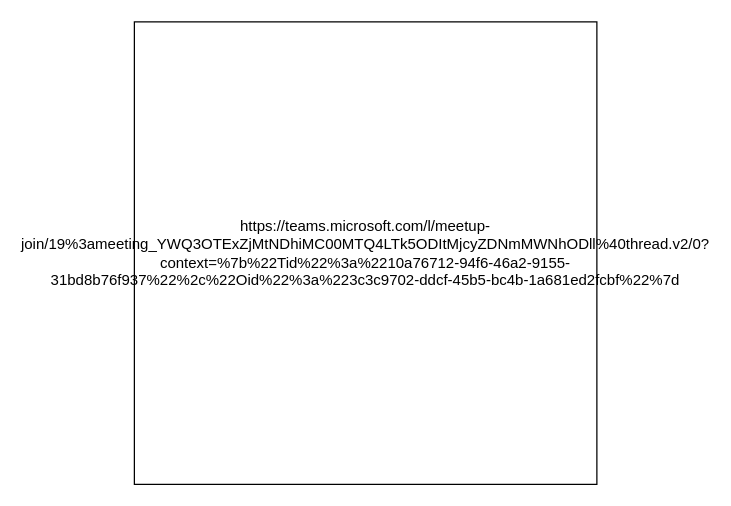
Before: Diagrama sin título.drawio in rgil93/Prueba, a draw.io diagram. Source tidied: cells renumbered, new cells numbered last; positions are measured from the earlier drawing's top-left corner, leaving out a move shared by most shapes. Both pictures are drawn from the tidied source at 125%, with x=0, y=0 at pixel (134, 21).
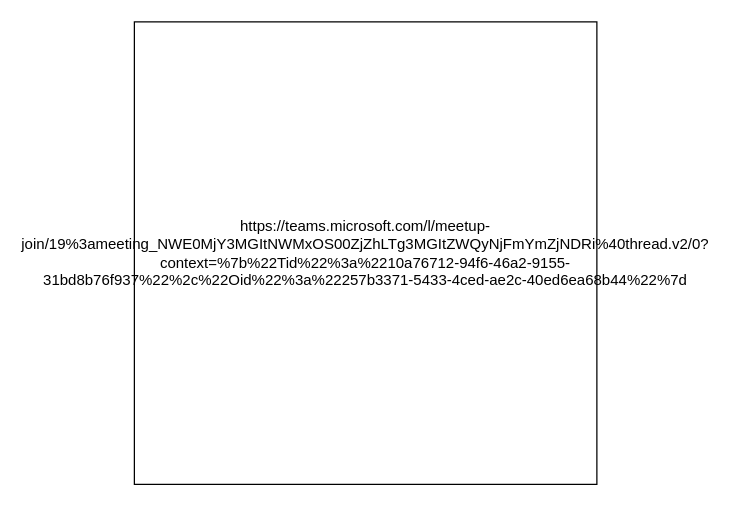
The same page after the edit.

Change to the diagram source:
```diff
@@
 <mxGraphModel>
   <root>
     <mxCell id="0" />
     <mxCell id="1" parent="0" />
-    <mxCell id="2" value="https://teams.microsoft.com/l/meetup-join/19%3ameeting_YWQ3OTExZjMtNDhiMC00MTQ4LTk5ODItMjcyZDNmMWNhODll%40thread.v2/0?context=%7b%22Tid%22%3a%2210a76712-94f6-46a2-9155-31bd8b76f937%22%2c%22Oid%22%3a%223c3c9702-ddcf-45b5-bc4b-1a681ed2fcbf%22%7d" style="whiteSpace=wrap;html=1;" parent="1" vertex="1">
+    <mxCell id="2" value="&lt;div&gt;https://teams.microsoft.com/l/meetup-join/19%3ameeting_NWE0MjY3MGItNWMxOS00ZjZhLTg3MGItZWQyNjFmYmZjNDRi%40thread.v2/0?context=%7b%22Tid%22%3a%2210a76712-94f6-46a2-9155-31bd8b76f937%22%2c%22Oid%22%3a%22257b3371-5433-4ced-ae2c-40ed6ea68b44%22%7d&lt;/div&gt;" style="whiteSpace=wrap;html=1;" parent="1" vertex="1">
       <mxGeometry width="370" height="370" as="geometry" />
     </mxCell>
   </root>
 </mxGraphModel>
```
